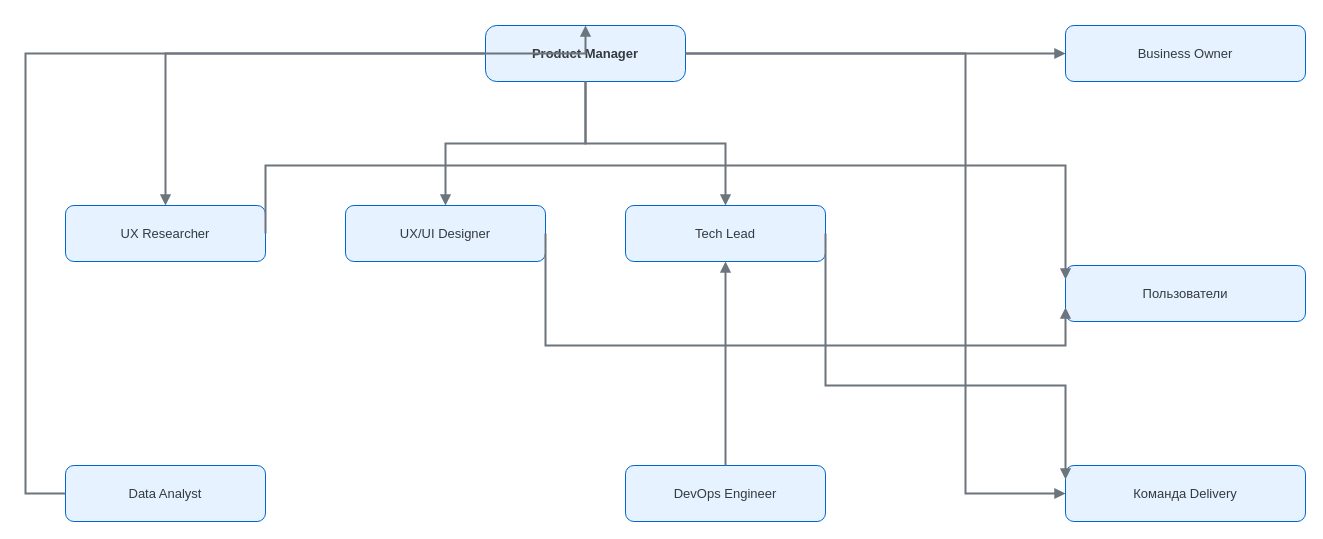
The draw.io diagram тестыИИ/discovery/drawio/07-roles-interaction.drawio in jackrescuer-gif/Discovery-in-value, before the edit. Source tidied: cells renumbered, new cells numbered last; positions are measured from the earlier drawing's top-left corner, leaving out a move shared by most shapes. Both pictures are drawn from the tidied source at 100%, with x=0, y=0 at pixel (25, 25).
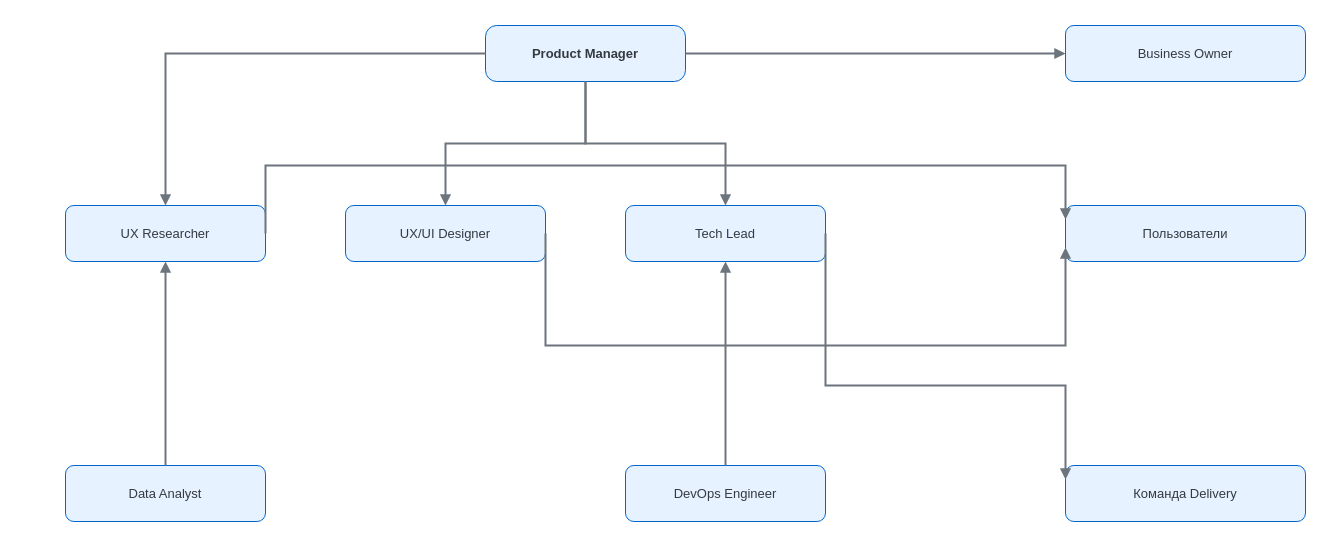
The same diagram, later.

Commit message (it also covers changes not shown here):
Simplify role links and validation return loops

The change refers to these unchanged cells:
```xml
<mxCell id="2" value="Product Manager" style="rounded=1;whiteSpace=wrap;html=1;arcSize=20;fillColor=#E6F2FF;strokeColor=#0066CC;fontColor=#343A40;fontSize=13;fontStyle=1;" parent="1" vertex="1">
  <mxGeometry x="460" width="200" height="56" as="geometry" />
</mxCell>
<mxCell id="3" value="UX Researcher" style="rounded=1;whiteSpace=wrap;html=1;fillColor=#E6F2FF;strokeColor=#0066CC;fontColor=#343A40;fontSize=13;" parent="1" vertex="1">
  <mxGeometry x="40" y="180" width="200" height="56" as="geometry" />
</mxCell>
<mxCell id="6" value="Data Analyst" style="rounded=1;whiteSpace=wrap;html=1;fillColor=#E6F2FF;strokeColor=#0066CC;fontColor=#343A40;fontSize=13;" parent="1" vertex="1">
  <mxGeometry x="40" y="440" width="200" height="56" as="geometry" />
</mxCell>
<mxCell id="10" value="Команда Delivery" style="rounded=1;whiteSpace=wrap;html=1;fillColor=#E6F2FF;strokeColor=#0066CC;fontColor=#343A40;fontSize=13;" parent="1" vertex="1">
  <mxGeometry x="1040" y="440" width="240" height="56" as="geometry" />
</mxCell>
```

Change to the diagram source:
```diff
@@
     <mxCell id="9" value="Пользователи" style="rounded=1;whiteSpace=wrap;html=1;fillColor=#E6F2FF;strokeColor=#0066CC;fontColor=#343A40;fontSize=13;" parent="1" vertex="1">
-      <mxGeometry x="1040" y="240" width="240" height="56" as="geometry" />
+      <mxGeometry x="1040" y="180" width="240" height="56" as="geometry" />
     </mxCell>
@@
-    <mxCell id="18" style="edgeStyle=orthogonalEdgeStyle;rounded=0;jettySize=auto;html=1;strokeColor=#6C757D;strokeWidth=2;endArrow=block;endFill=1;exitX=0;exitY=0.5;entryX=0.5;entryY=0;" parent="1" edge="1" source="6" target="2">
-      <mxGeometry relative="1" as="geometry">
-        <Array as="points">
-          <mxPoint y="468" />
-          <mxPoint y="28" />
-        </Array>
-      </mxGeometry>
+    <mxCell id="18" style="edgeStyle=orthogonalEdgeStyle;rounded=0;jettySize=auto;html=1;strokeColor=#6C757D;strokeWidth=2;endArrow=block;endFill=1;exitX=0.5;exitY=0;entryX=0.5;entryY=1;" parent="1" edge="1" source="6" target="3">
+      <mxGeometry relative="1" as="geometry" />
     </mxCell>
@@
-    <mxCell id="20" style="edgeStyle=orthogonalEdgeStyle;rounded=0;jettySize=auto;html=1;strokeColor=#6C757D;strokeWidth=2;endArrow=block;endFill=1;exitX=1;exitY=0.5;entryX=0;entryY=0.5;" parent="1" edge="1" source="2" target="10">
-      <mxGeometry relative="1" as="geometry">
-        <Array as="points">
-          <mxPoint x="940" y="28" />
-          <mxPoint x="940" y="468" />
-        </Array>
-      </mxGeometry>
-    </mxCell>
```
